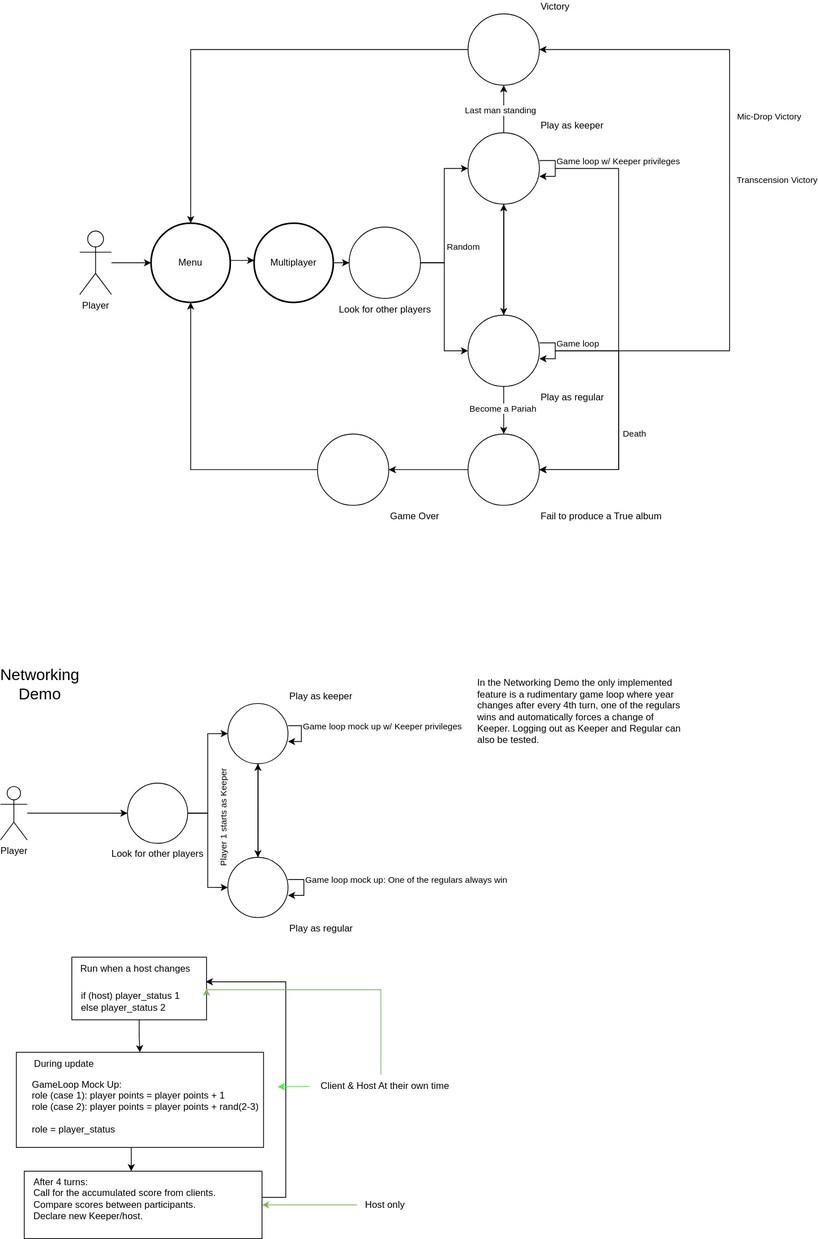
Earlier version of the draw.io export TheProspector/Assets/Schematics/Use_case.svg (SakuNurmiranta/TheProspector). Source tidied: cells renumbered, new cells last; positions are measured from the earlier drawing's top-left corner, leaving out a move shared by most shapes.
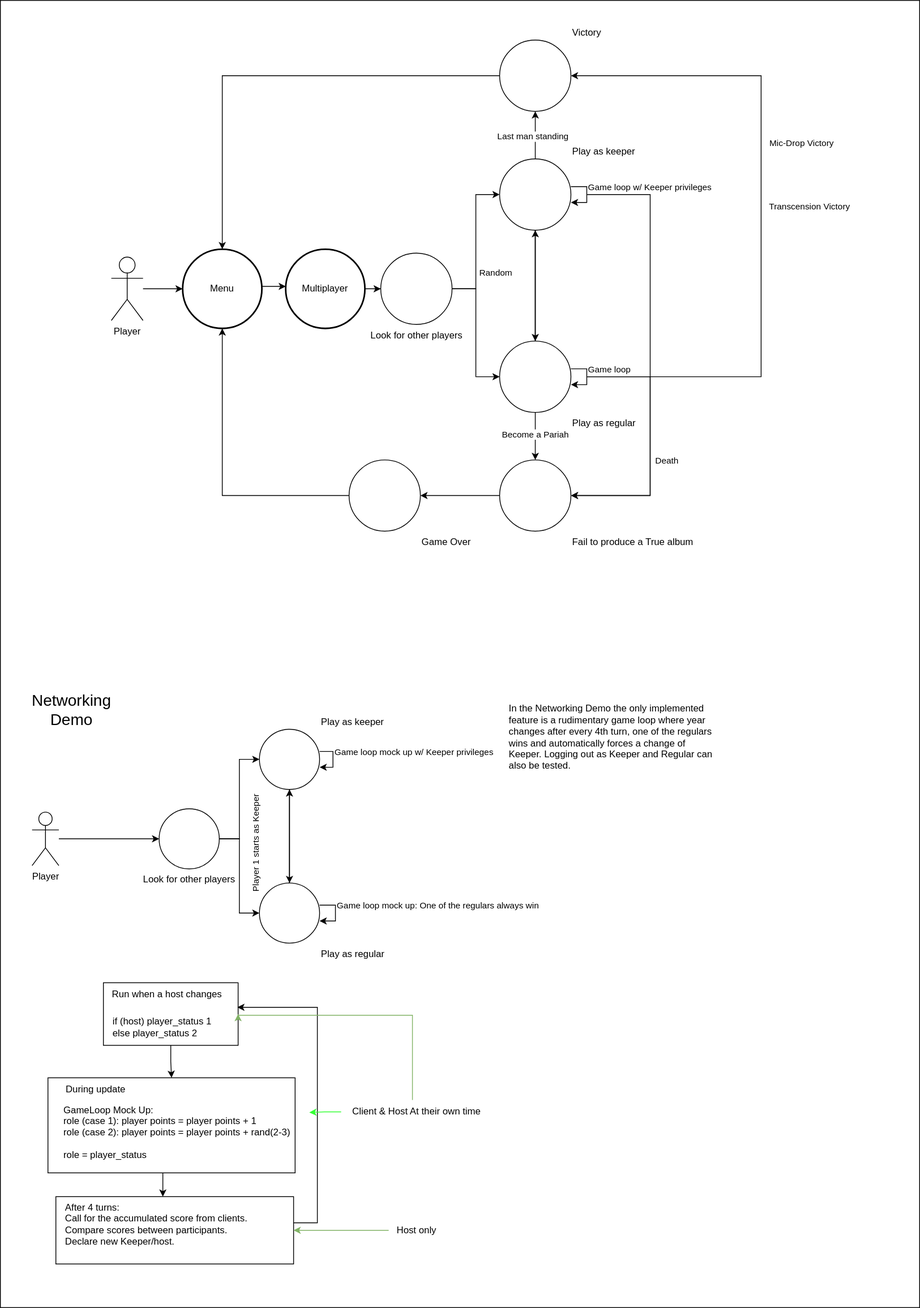
Later version of the same file.

What changed in the source:
```diff
@@ -2,6 +2,9 @@
   <root>
     <mxCell id="0" />
     <mxCell id="1" parent="0" />
+    <mxCell id="70" style="whiteSpace=wrap;html=1;" parent="1" vertex="1">
+      <mxGeometry x="-40" y="-50" width="1160" height="1650" as="geometry" />
+    </mxCell>
     <mxCell id="2" value="Player&lt;br&gt;" style="shape=umlActor;verticalLabelPosition=bottom;verticalAlign=top;html=1;" parent="1" vertex="1">
       <mxGeometry x="100" y="274" width="40" height="80" as="geometry" />
     </mxCell>
```
